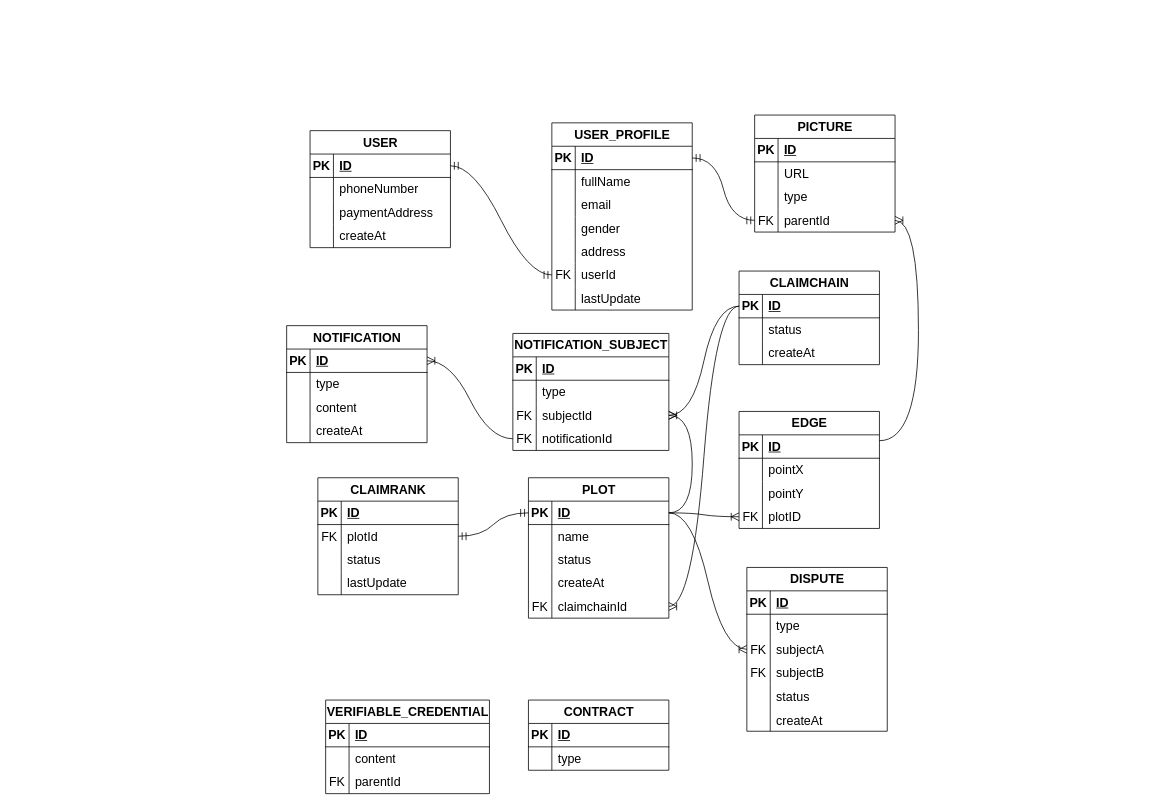
The draw.io diagram Untitled Diagram.drawio in qukhangfx/Commonlands-DrawIO, before the edit. Source tidied: cells renumbered, new cells numbered last; positions are measured from the earlier drawing's top-left corner, leaving out a move shared by most shapes. Both pictures are drawn from the tidied source at 78%, with x=0, y=0 at pixel (286, 115).
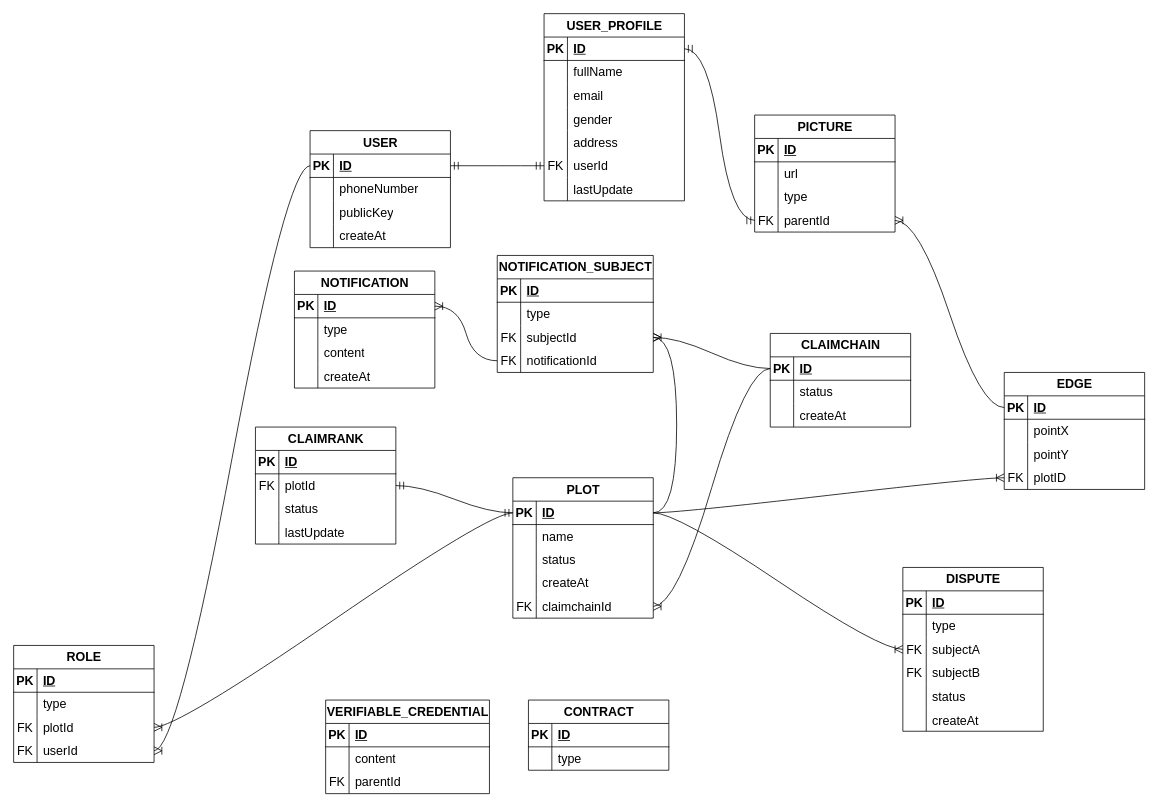
The same diagram, later.

The change refers to these unchanged cells:
```xml
<mxCell id="3" style="shape=tableRow;horizontal=0;startSize=0;swimlaneHead=0;swimlaneBody=0;fillColor=none;points=[[0,0.5],[1,0.5]];portConstraint=eastwest;top=0;left=0;right=0;bottom=1;fontSize=16;" parent="2" vertex="1">
  <mxGeometry y="30" width="180" height="30" as="geometry" />
</mxCell>
<mxCell id="9" style="shape=tableRow;horizontal=0;startSize=0;swimlaneHead=0;swimlaneBody=0;fillColor=none;top=0;left=0;right=0;bottom=0;fontSize=16;" parent="2" vertex="1">
  <mxGeometry y="90" width="180" height="30" as="geometry" />
</mxCell>
<mxCell id="42" style="shape=tableRow;horizontal=0;startSize=0;swimlaneHead=0;swimlaneBody=0;fillColor=none;top=0;left=0;right=0;bottom=0;fontSize=16;" parent="38" vertex="1">
  <mxGeometry y="60" width="180" height="30" as="geometry" />
</mxCell>
<mxCell id="48" style="shape=tableRow;horizontal=0;startSize=0;swimlaneHead=0;swimlaneBody=0;fillColor=none;points=[[0,0.5],[1,0.5]];portConstraint=eastwest;top=0;left=0;right=0;bottom=0;fontSize=16;" parent="38" vertex="1">
  <mxGeometry y="120" width="180" height="30" as="geometry" />
</mxCell>
<mxCell id="53" style="shape=tableRow;horizontal=0;startSize=0;swimlaneHead=0;swimlaneBody=0;fillColor=none;points=[[0,0.5],[1,0.5]];portConstraint=eastwest;top=0;left=0;right=0;bottom=1;fontSize=16;" parent="52" vertex="1">
  <mxGeometry y="30" width="180" height="30" as="geometry" />
</mxCell>
<mxCell id="69" style="shape=tableRow;horizontal=0;startSize=0;swimlaneHead=0;swimlaneBody=0;fillColor=none;points=[[0,0.5],[1,0.5]];portConstraint=eastwest;top=0;left=0;right=0;bottom=1;fontSize=16;" parent="68" vertex="1">
  <mxGeometry y="30" width="180" height="30" as="geometry" />
</mxCell>
```

Diff of the diagram source:
```diff
@@
-    <mxCell id="11" value="paymentAddress" style="shape=partialRectangle;fillColor=none;top=0;left=0;bottom=0;right=0;align=left;spacingLeft=6;overflow=hidden;whiteSpace=wrap;html=1;fontSize=16;" parent="9" vertex="1">
+    <mxCell id="11" value="publicKey" style="shape=partialRectangle;fillColor=none;top=0;left=0;bottom=0;right=0;align=left;spacingLeft=6;overflow=hidden;whiteSpace=wrap;html=1;fontSize=16;" parent="9" vertex="1">
       <mxGeometry x="30" width="150" height="30" as="geometry" />
     </mxCell>
@@
     <mxCell id="15" value="USER_PROFILE" style="shape=table;startSize=30;childLayout=tableLayout;rowLines=0;fontStyle=1;align=center;html=1;fontSize=16;" parent="1" vertex="1">
-      <mxGeometry x="340" y="10" width="180" height="240" as="geometry" />
+      <mxGeometry x="330" y="-130" width="180" height="240" as="geometry" />
     </mxCell>
@@
-    <mxCell id="44" value="URL" style="shape=partialRectangle;fillColor=none;top=0;left=0;bottom=0;right=0;align=left;spacingLeft=6;overflow=hidden;whiteSpace=wrap;html=1;fontSize=16;" parent="42" vertex="1">
+    <mxCell id="44" value="url" style="shape=partialRectangle;fillColor=none;top=0;left=0;bottom=0;right=0;align=left;spacingLeft=6;overflow=hidden;whiteSpace=wrap;html=1;fontSize=16;" parent="42" vertex="1">
       <mxGeometry x="30" width="150" height="30" as="geometry" />
     </mxCell>
@@
     <mxCell id="52" value="PLOT" style="shape=table;startSize=30;childLayout=tableLayout;rowLines=0;fontStyle=1;align=center;html=1;fontSize=16;" parent="1" vertex="1">
-      <mxGeometry x="310" y="465" width="180" height="180" as="geometry" />
+      <mxGeometry x="290" y="465" width="180" height="180" as="geometry" />
     </mxCell>
@@
     <mxCell id="68" value="EDGE" style="shape=table;startSize=30;childLayout=tableLayout;rowLines=0;fontStyle=1;align=center;html=1;fontSize=16;" parent="1" vertex="1">
-      <mxGeometry x="580" y="380" width="180" height="150" as="geometry" />
+      <mxGeometry x="920" y="330" width="180" height="150" as="geometry" />
     </mxCell>
@@
     <mxCell id="82" value="CLAIMCHAIN" style="shape=table;startSize=30;childLayout=tableLayout;rowLines=0;fontStyle=1;align=center;html=1;fontSize=16;" parent="1" vertex="1">
-      <mxGeometry x="580" y="200" width="180" height="120" as="geometry" />
+      <mxGeometry x="620" y="280" width="180" height="120" as="geometry" />
     </mxCell>
@@
-    <mxCell id="92" style="edgeStyle=entityRelationEdgeStyle;fontSize=12;html=1;endArrow=ERoneToMany;rounded=0;startSize=8;endSize=8;curved=1;exitX=1;exitY=0.25;exitDx=0;exitDy=0;" parent="1" edge="1" source="68" target="48">
+    <mxCell id="92" style="edgeStyle=entityRelationEdgeStyle;fontSize=12;html=1;endArrow=ERoneToMany;rounded=0;startSize=8;endSize=8;curved=1;" parent="1" edge="1" source="69" target="48">
       <mxGeometry relative="1" as="geometry" />
     </mxCell>
@@
     <mxCell id="94" value="CLAIMRANK" style="shape=table;startSize=30;childLayout=tableLayout;rowLines=0;fontStyle=1;align=center;html=1;fontSize=16;" parent="1" vertex="1">
-      <mxGeometry x="40" y="465" width="180" height="150" as="geometry" />
+      <mxGeometry x="-40" y="400" width="180" height="150" as="geometry" />
     </mxCell>
@@
     <mxCell id="108" value="DISPUTE" style="shape=table;startSize=30;childLayout=tableLayout;rowLines=0;fontStyle=1;align=center;html=1;fontSize=16;" parent="1" vertex="1">
-      <mxGeometry x="590" y="580" width="180" height="210" as="geometry" />
+      <mxGeometry x="790" y="580" width="180" height="210" as="geometry" />
     </mxCell>
@@
     <mxCell id="128" value="NOTIFICATION" style="shape=table;startSize=30;childLayout=tableLayout;rowLines=0;fontStyle=1;align=center;html=1;fontSize=16;" parent="1" vertex="1">
-      <mxGeometry y="270" width="180" height="150" as="geometry" />
+      <mxGeometry x="10" y="200" width="180" height="150" as="geometry" />
     </mxCell>
@@
     <mxCell id="141" value="NOTIFICATION_SUBJECT" style="shape=table;startSize=30;childLayout=tableLayout;rowLines=0;fontStyle=1;align=center;html=1;fontSize=16;" parent="1" vertex="1">
-      <mxGeometry x="290" y="280" width="200" height="150" as="geometry" />
+      <mxGeometry x="270" y="180" width="200" height="150" as="geometry" />
     </mxCell>
@@
+    <mxCell id="174" value="ROLE" style="shape=table;startSize=30;childLayout=tableLayout;rowLines=0;fontStyle=1;align=center;html=1;fontSize=16;" parent="1" vertex="1">
+      <mxGeometry x="-350" y="680" width="180" height="150" as="geometry" />
+    </mxCell>
+    <mxCell id="175" style="shape=tableRow;horizontal=0;startSize=0;swimlaneHead=0;swimlaneBody=0;fillColor=none;top=0;left=0;right=0;bottom=1;fontSize=16;" parent="174" vertex="1">
+      <mxGeometry y="30" width="180" height="30" as="geometry" />
+    </mxCell>
+    <mxCell id="176" value="PK" style="shape=partialRectangle;fillColor=none;top=0;left=0;bottom=0;right=0;fontStyle=1;overflow=hidden;whiteSpace=wrap;html=1;fontSize=16;" parent="175" vertex="1">
+      <mxGeometry width="30" height="30" as="geometry" />
+    </mxCell>
+    <mxCell id="177" value="ID" style="shape=partialRectangle;fillColor=none;top=0;left=0;bottom=0;right=0;align=left;spacingLeft=6;fontStyle=5;overflow=hidden;whiteSpace=wrap;html=1;fontSize=16;" parent="175" vertex="1">
+      <mxGeometry x="30" width="150" height="30" as="geometry" />
+    </mxCell>
+    <mxCell id="178" style="shape=tableRow;horizontal=0;startSize=0;swimlaneHead=0;swimlaneBody=0;fillColor=none;top=0;left=0;right=0;bottom=0;fontSize=16;" parent="174" vertex="1">
+      <mxGeometry y="60" width="180" height="30" as="geometry" />
+    </mxCell>
+    <mxCell id="179" style="shape=partialRectangle;fillColor=none;top=0;left=0;bottom=0;right=0;overflow=hidden;whiteSpace=wrap;html=1;fontSize=16;" parent="178" vertex="1">
+      <mxGeometry width="30" height="30" as="geometry" />
+    </mxCell>
+    <mxCell id="180" value="type" style="shape=partialRectangle;fillColor=none;top=0;left=0;bottom=0;right=0;align=left;spacingLeft=6;overflow=hidden;whiteSpace=wrap;html=1;fontSize=16;" parent="178" vertex="1">
+      <mxGeometry x="30" width="150" height="30" as="geometry" />
+    </mxCell>
+    <mxCell id="181" style="shape=tableRow;horizontal=0;startSize=0;swimlaneHead=0;swimlaneBody=0;fillColor=none;points=[[0,0.5],[1,0.5]];portConstraint=eastwest;top=0;left=0;right=0;bottom=0;fontSize=16;" parent="174" vertex="1">
+      <mxGeometry y="90" width="180" height="30" as="geometry" />
+    </mxCell>
+    <mxCell id="182" value="FK" style="shape=partialRectangle;fillColor=none;top=0;left=0;bottom=0;right=0;fontStyle=0;overflow=hidden;whiteSpace=wrap;html=1;fontSize=16;" parent="181" vertex="1">
+      <mxGeometry width="30" height="30" as="geometry" />
+    </mxCell>
+    <mxCell id="183" value="plotId" style="shape=partialRectangle;fillColor=none;top=0;left=0;bottom=0;right=0;align=left;spacingLeft=6;fontStyle=0;overflow=hidden;whiteSpace=wrap;html=1;fontSize=16;" parent="181" vertex="1">
+      <mxGeometry x="30" width="150" height="30" as="geometry" />
+    </mxCell>
+    <mxCell id="184" style="shape=tableRow;horizontal=0;startSize=0;swimlaneHead=0;swimlaneBody=0;fillColor=none;points=[[0,0.5],[1,0.5]];portConstraint=eastwest;top=0;left=0;right=0;bottom=0;fontSize=16;" parent="174" vertex="1">
+      <mxGeometry y="120" width="180" height="30" as="geometry" />
+    </mxCell>
+    <mxCell id="185" value="FK" style="shape=partialRectangle;fillColor=none;top=0;left=0;bottom=0;right=0;fontStyle=0;overflow=hidden;whiteSpace=wrap;html=1;fontSize=16;" parent="184" vertex="1">
+      <mxGeometry width="30" height="30" as="geometry" />
+    </mxCell>
+    <mxCell id="186" value="userId" style="shape=partialRectangle;fillColor=none;top=0;left=0;bottom=0;right=0;align=left;spacingLeft=6;fontStyle=0;overflow=hidden;whiteSpace=wrap;html=1;fontSize=16;" parent="184" vertex="1">
+      <mxGeometry x="30" width="150" height="30" as="geometry" />
+    </mxCell>
+    <mxCell id="187" style="edgeStyle=entityRelationEdgeStyle;fontSize=12;html=1;endArrow=ERoneToMany;rounded=0;startSize=8;endSize=8;curved=1;exitX=0;exitY=0.5;exitDx=0;exitDy=0;" parent="1" edge="1" source="3" target="184">
+      <mxGeometry relative="1" as="geometry" />
+    </mxCell>
+    <mxCell id="188" style="edgeStyle=entityRelationEdgeStyle;fontSize=12;html=1;endArrow=ERoneToMany;rounded=0;startSize=8;endSize=8;curved=1;exitX=0;exitY=0.5;exitDx=0;exitDy=0;" parent="1" edge="1" source="53" target="181">
+      <mxGeometry relative="1" as="geometry" />
+    </mxCell>
+    <mxCell id="189" style="edgeStyle=none;curved=1;rounded=0;orthogonalLoop=1;jettySize=auto;html=1;exitX=0.5;exitY=0;exitDx=0;exitDy=0;fontSize=12;startSize=8;endSize=8;" parent="1" edge="1" source="94" target="94">
+      <mxGeometry relative="1" as="geometry" />
+    </mxCell>
```
